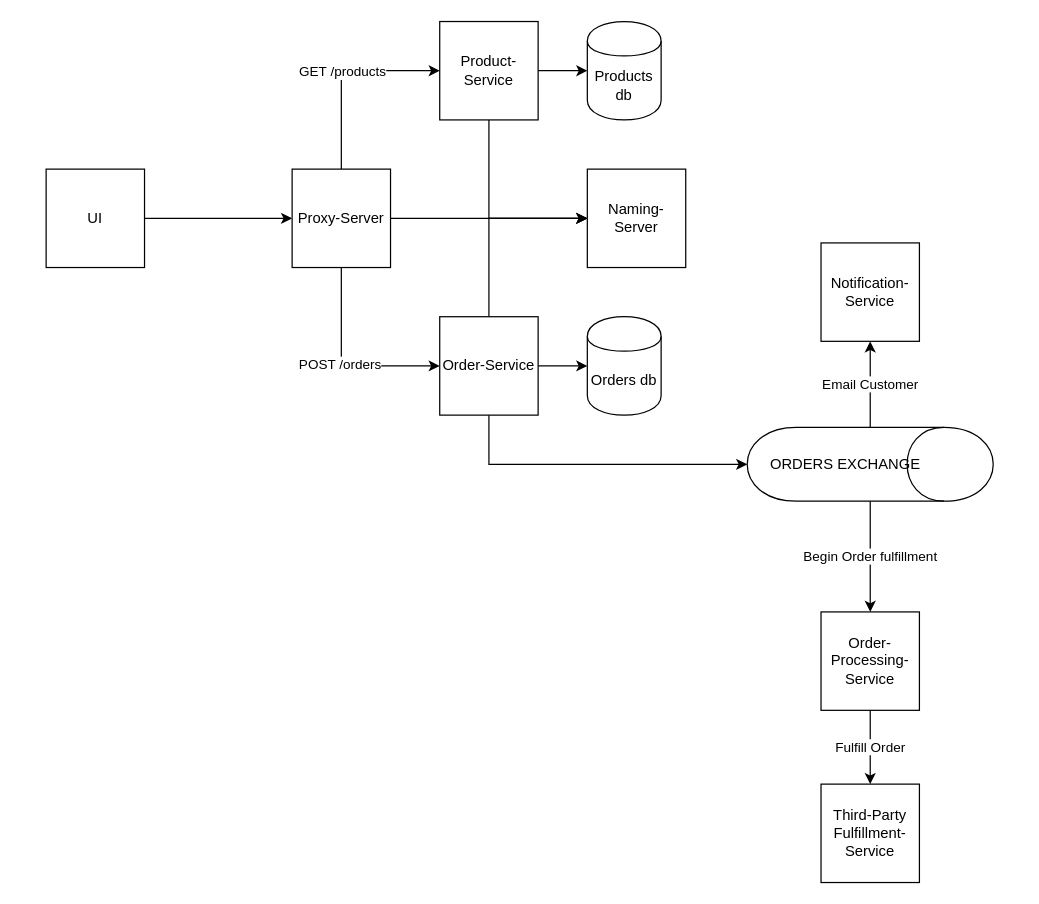
Earlier version of the draw.io diagram ecom.drawio (ArbaazMeghani/ecommerce-platform). Source tidied: cells renumbered, new cells numbered last; positions are measured from the earlier drawing's top-left corner, leaving out a move shared by most shapes. Both pictures are drawn from the tidied source at 123%, with x=0, y=0 at pixel (46, 21).
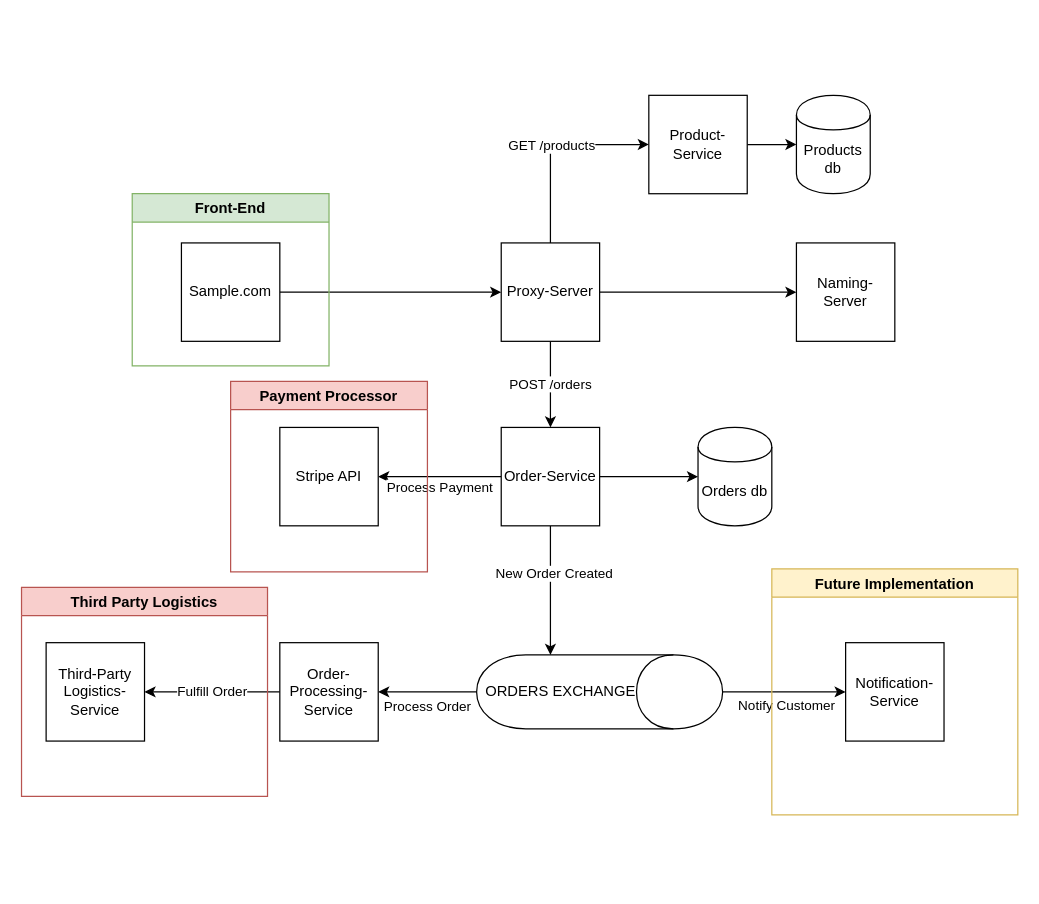
Above is the later version.

Commit message (it also covers changes not shown here):
Update architecture drawirawing

Diff of the diagram source:
```diff
@@
-    <mxCell id="3" value="UI" style="whiteSpace=wrap;html=1;" parent="1" vertex="1">
-      <mxGeometry y="120" width="80" height="80" as="geometry" />
+    <mxCell id="3" value="Sample.com" style="whiteSpace=wrap;html=1;" parent="1" vertex="1">
+      <mxGeometry x="110" y="180" width="80" height="80" as="geometry" />
     </mxCell>
-    <mxCell id="4" style="edgeStyle=orthogonalEdgeStyle;rounded=0;jettySize=auto;html=1;exitX=0.5;exitY=1;exitDx=0;exitDy=0;entryX=0;entryY=0.5;entryDx=0;entryDy=0;" parent="1" edge="1" source="6" target="19">
-      <mxGeometry relative="1" as="geometry" />
-    </mxCell>
@@
     <mxCell id="6" value="Product-Service" style="whiteSpace=wrap;html=1;" parent="1" vertex="1">
-      <mxGeometry x="320" width="80" height="80" as="geometry" />
+      <mxGeometry x="490" y="60" width="80" height="80" as="geometry" />
     </mxCell>
-    <mxCell id="7" style="edgeStyle=orthogonalEdgeStyle;rounded=0;jettySize=auto;html=1;entryX=0;entryY=0.5;entryDx=0;entryDy=0;" parent="1" edge="1" source="10" target="19">
-      <mxGeometry relative="1" as="geometry">
-        <Array as="points">
-          <mxPoint x="360" y="160" />
-        </Array>
-      </mxGeometry>
-    </mxCell>
@@
-    <mxCell id="9" style="edgeStyle=orthogonalEdgeStyle;rounded=0;jettySize=auto;html=1;exitX=0.5;exitY=1;exitDx=0;exitDy=0;entryX=0.5;entryY=1;entryDx=0;entryDy=0;" parent="1" edge="1" source="10" target="26">
+    <mxCell id="9" style="edgeStyle=orthogonalEdgeStyle;rounded=0;jettySize=auto;html=1;entryX=0;entryY=0.7;entryDx=0;entryDy=0;" parent="1" edge="1" source="10" target="26">
       <mxGeometry relative="1" as="geometry" />
     </mxCell>
+    <mxCell id="27" value="New Order Created" style="edgeLabel;html=1;align=center;verticalAlign=middle;" parent="9" vertex="1">
+      <mxGeometry x="-0.27" y="2" relative="1" as="geometry" />
+    </mxCell>
+    <mxCell id="28" value="Process Payment" style="edgeStyle=orthogonalEdgeStyle;rounded=0;jettySize=auto;html=1;entryX=1;entryY=0.5;entryDx=0;entryDy=0;spacingTop=17;" parent="1" edge="1" source="10" target="32">
+      <mxGeometry relative="1" as="geometry" />
+    </mxCell>
     <mxCell id="10" value="Order-Service" style="whiteSpace=wrap;html=1;" parent="1" vertex="1">
-      <mxGeometry x="320" y="240" width="80" height="80" as="geometry" />
+      <mxGeometry x="370" y="330" width="80" height="80" as="geometry" />
     </mxCell>
@@
     <mxCell id="12" value="Order-Processing-Service" style="whiteSpace=wrap;html=1;" parent="1" vertex="1">
-      <mxGeometry x="630" y="480" width="80" height="80" as="geometry" />
+      <mxGeometry x="190" y="505" width="80" height="80" as="geometry" />
     </mxCell>
@@
-    <mxCell id="16" style="edgeStyle=orthogonalEdgeStyle;rounded=0;jettySize=auto;html=1;entryX=0;entryY=0.5;entryDx=0;entryDy=0;" parent="1" edge="1" source="18" target="10">
-      <mxGeometry relative="1" as="geometry">
-        <Array as="points">
-          <mxPoint x="240" y="280" />
-        </Array>
-      </mxGeometry>
-    </mxCell>
-    <mxCell id="17" value="POST /orders" style="edgeLabel;html=1;align=center;verticalAlign=middle;" parent="16" vertex="1">
-      <mxGeometry x="-0.03" y="-2" relative="1" as="geometry" />
+    <mxCell id="17" value="POST /orders" style="edgeStyle=orthogonalEdgeStyle;rounded=0;jettySize=auto;html=1;exitX=0.5;exitY=1;exitDx=0;exitDy=0;entryX=0.5;entryY=0;entryDx=0;entryDy=0;" parent="1" edge="1" source="18" target="10">
+      <mxGeometry relative="1" as="geometry" />
     </mxCell>
     <mxCell id="18" value="Proxy-Server" style="whiteSpace=wrap;html=1;" parent="1" vertex="1">
-      <mxGeometry x="200" y="120" width="80" height="80" as="geometry" />
+      <mxGeometry x="370" y="180" width="80" height="80" as="geometry" />
     </mxCell>
     <mxCell id="19" value="Naming-Server" style="whiteSpace=wrap;html=1;" parent="1" vertex="1">
-      <mxGeometry x="440" y="120" width="80" height="80" as="geometry" />
+      <mxGeometry x="610" y="180" width="80" height="80" as="geometry" />
     </mxCell>
     <mxCell id="20" value="Products db" style="shape=cylinder;whiteSpace=wrap;html=1;boundedLbl=1;backgroundOutline=1;" parent="1" vertex="1">
-      <mxGeometry x="440" width="60" height="80" as="geometry" />
+      <mxGeometry x="610" y="60" width="60" height="80" as="geometry" />
     </mxCell>
     <mxCell id="21" value="Orders db" style="shape=cylinder;whiteSpace=wrap;html=1;boundedLbl=1;backgroundOutline=1;" parent="1" vertex="1">
-      <mxGeometry x="440" y="240" width="60" height="80" as="geometry" />
+      <mxGeometry x="530" y="330" width="60" height="80" as="geometry" />
     </mxCell>
     <mxCell id="22" value="Notification-Service" style="whiteSpace=wrap;html=1;" parent="1" vertex="1">
-      <mxGeometry x="630" y="180" width="80" height="80" as="geometry" />
+      <mxGeometry x="650" y="505" width="80" height="80" as="geometry" />
     </mxCell>
-    <mxCell id="23" value="Third-Party Fulfillment-Service" style="whiteSpace=wrap;html=1;" parent="1" vertex="1">
-      <mxGeometry x="630" y="620" width="80" height="80" as="geometry" />
+    <mxCell id="23" value="Third-Party Logistics-Service" style="whiteSpace=wrap;html=1;" parent="1" vertex="1">
+      <mxGeometry y="505" width="80" height="80" as="geometry" />
     </mxCell>
+    <mxCell id="25" value="Process Order" style="edgeStyle=orthogonalEdgeStyle;rounded=0;jettySize=auto;html=1;exitX=0.5;exitY=1;exitDx=0;exitDy=0;entryX=1;entryY=0.5;entryDx=0;entryDy=0;spacingTop=23;" parent="1" edge="1" source="26" target="12">
+      <mxGeometry relative="1" as="geometry" />
+    </mxCell>
-    <mxCell id="24" value="Email Customer" style="edgeStyle=orthogonalEdgeStyle;rounded=0;jettySize=auto;html=1;entryX=0.5;entryY=1;entryDx=0;entryDy=0;" parent="1" edge="1" source="26" target="22">
+    <mxCell id="24" style="edgeStyle=orthogonalEdgeStyle;rounded=0;jettySize=auto;html=1;exitX=0.5;exitY=0;exitDx=0;exitDy=0;entryX=0;entryY=0.5;entryDx=0;entryDy=0;" parent="1" edge="1" source="26" target="22">
       <mxGeometry relative="1" as="geometry" />
     </mxCell>
-    <mxCell id="25" value="Begin Order fulfillment" style="edgeStyle=orthogonalEdgeStyle;rounded=0;jettySize=auto;html=1;entryX=0.5;entryY=0;entryDx=0;entryDy=0;" parent="1" edge="1" source="26" target="12">
-      <mxGeometry relative="1" as="geometry" />
-    </mxCell>
+    <mxCell id="29" value="Notify Customer" style="edgeLabel;html=1;align=center;verticalAlign=middle;spacingTop=15;spacingRight=19;" parent="24" vertex="1">
+      <mxGeometry x="0.22" y="-3" relative="1" as="geometry" />
+    </mxCell>
-    <mxCell id="26" value="ORDERS EXCHANGE" style="shape=cylinder;whiteSpace=wrap;html=1;boundedLbl=1;backgroundOutline=1;rotation=90;verticalAlign=middle;horizontal=0;" parent="1" vertex="1">
-      <mxGeometry x="640" y="260" width="60" height="200" as="geometry" />
+    <mxCell id="26" value="ORDERS EXCHANGE" style="shape=cylinder;whiteSpace=wrap;html=1;boundedLbl=1;backgroundOutline=1;rotation=90;verticalAlign=middle;horizontal=0;spacingRight=23;" parent="1" vertex="1">
+      <mxGeometry x="420" y="445" width="60" height="200" as="geometry" />
     </mxCell>
+    <mxCell id="30" value="Third Party Logistics" style="swimlane;fillColor=#f8cecc;strokeColor=#b85450;startSize=23;" parent="1" vertex="1">
+      <mxGeometry x="-20" y="460" width="200" height="170" as="geometry" />
+    </mxCell>
+    <mxCell id="31" value="Future Implementation" style="swimlane;fillColor=#fff2cc;strokeColor=#d6b656;" parent="1" vertex="1">
+      <mxGeometry x="590" y="445" width="200" height="200" as="geometry" />
+    </mxCell>
+    <mxCell id="32" value="Stripe API" style="whiteSpace=wrap;html=1;" parent="1" vertex="1">
+      <mxGeometry x="190" y="330" width="80" height="80" as="geometry" />
+    </mxCell>
+    <mxCell id="33" value="Payment Processor" style="swimlane;fillColor=#f8cecc;strokeColor=#b85450;startSize=23;" parent="1" vertex="1">
+      <mxGeometry x="150" y="292.5" width="160" height="155" as="geometry" />
+    </mxCell>
+    <mxCell id="34" value="Front-End" style="swimlane;fillColor=#d5e8d4;strokeColor=#82b366;" parent="1" vertex="1">
+      <mxGeometry x="70" y="140" width="160" height="140" as="geometry" />
+    </mxCell>
```
